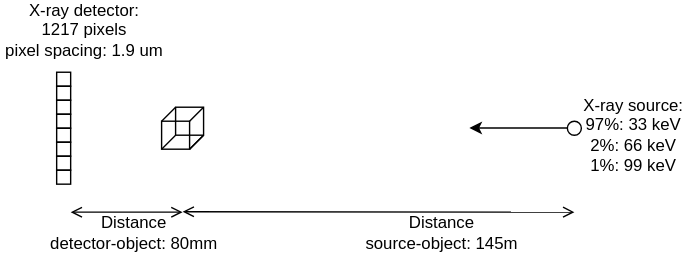
Above: 3d_scene.svg in effepivi/CT2CAD-Fibres (draw.io), before the change. Source tidied: cells renumbered, new cells last; positions are measured from the earlier drawing's top-left corner, leaving out a move shared by most shapes.
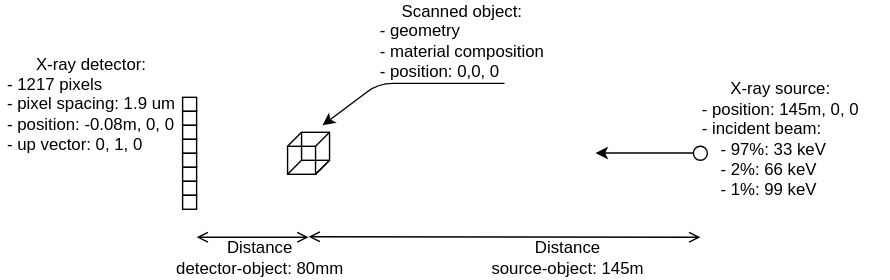
The same file after the commit.

The edit, as a diff of the source:
```diff
@@ -11,8 +11,8 @@
     <mxCell id="3" value="&lt;div&gt;Distance&lt;/div&gt;&lt;div&gt;detector-object: 80mm&lt;br&gt;&lt;/div&gt;" style="text;html=1;align=center;verticalAlign=middle;" parent="1" vertex="1">
       <mxGeometry x="30" y="140" width="130" height="30" as="geometry" />
     </mxCell>
-    <mxCell id="4" value="&lt;div&gt;X-ray detector:&lt;/div&gt;&lt;div&gt;1217 pixels&lt;/div&gt;&lt;div&gt;pixel spacing: 1.9 um&lt;br&gt;&lt;/div&gt;" style="text;html=1;strokeColor=none;fillColor=none;align=center;verticalAlign=middle;whiteSpace=wrap;rounded=0;" parent="1" vertex="1">
-      <mxGeometry width="120" height="20" as="geometry" />
+    <mxCell id="4" value="&lt;div&gt;X-ray detector:&lt;/div&gt;&lt;div align=&quot;left&quot;&gt;- 1217 pixels&lt;/div&gt;&lt;div align=&quot;left&quot;&gt;- pixel spacing: 1.9 um&lt;/div&gt;&lt;div align=&quot;left&quot;&gt;- position: -0.08m, 0, 0&lt;/div&gt;&lt;div align=&quot;left&quot;&gt;- up vector: 0, 1, 0&lt;br&gt;&lt;/div&gt;" style="text;html=1;strokeColor=none;fillColor=none;align=center;verticalAlign=middle;whiteSpace=wrap;rounded=0;" parent="1" vertex="1">
+      <mxGeometry x="-90" y="35" width="130" height="20" as="geometry" />
     </mxCell>
     <mxCell id="5" value="&lt;div&gt;Distance&lt;/div&gt;&lt;div&gt;source-object: 145m&lt;br&gt;&lt;/div&gt;" style="text;html=1;align=center;verticalAlign=middle;" parent="1" vertex="1">
       <mxGeometry x="255" y="140" width="120" height="30" as="geometry" />
@@ -89,8 +89,20 @@
     <mxCell id="24" style="rounded=0;whiteSpace=wrap;html=1;fillColor=none;" parent="1" vertex="1">
       <mxGeometry x="40" y="110" width="10" height="10" as="geometry" />
     </mxCell>
-    <mxCell id="25" value="&lt;div&gt;X-ray source:&lt;/div&gt;&lt;div&gt;97%: 33 keV&lt;/div&gt;&lt;div&gt;2%: 66 keV&lt;/div&gt;&lt;div&gt;1%: 99 keV&lt;br&gt;&lt;/div&gt;" style="text;html=1;strokeColor=none;fillColor=none;align=center;verticalAlign=middle;whiteSpace=wrap;rounded=0;" parent="1" vertex="1">
-      <mxGeometry x="415" y="75" width="75" height="20" as="geometry" />
+    <mxCell id="25" value="&lt;div&gt;X-ray source:&lt;/div&gt;&lt;div align=&quot;left&quot;&gt;- position: 145m, 0, 0&lt;br&gt;&lt;/div&gt;&lt;div align=&quot;left&quot;&gt;- incident beam:&lt;br&gt;&lt;/div&gt;&lt;div align=&quot;left&quot;&gt;&amp;nbsp;&amp;nbsp;&amp;nbsp; - 97%: 33 keV&lt;/div&gt;&lt;div align=&quot;left&quot;&gt;&amp;nbsp;&amp;nbsp;&amp;nbsp; - 2%: 66 keV&lt;/div&gt;&lt;div align=&quot;left&quot;&gt;&amp;nbsp;&amp;nbsp;&amp;nbsp; - 1%: 99 keV&lt;br&gt;&lt;/div&gt;" style="text;html=1;strokeColor=none;fillColor=none;align=center;verticalAlign=middle;whiteSpace=wrap;rounded=0;" parent="1" vertex="1">
+      <mxGeometry x="390" y="60" width="155" height="20" as="geometry" />
     </mxCell>
+    <mxCell id="26" style="endArrow=classic;html=1;" parent="1" edge="1">
+      <mxGeometry relative="1" as="geometry">
+        <mxPoint x="270" y="30" as="sourcePoint" />
+        <mxPoint x="140" y="60" as="targetPoint" />
+        <Array as="points">
+          <mxPoint x="180" y="30" />
+        </Array>
+      </mxGeometry>
+    </mxCell>
+    <mxCell id="27" value="&lt;div&gt;Scanned object:&lt;/div&gt;&lt;div align=&quot;left&quot;&gt;- geometry&lt;/div&gt;&lt;div align=&quot;left&quot;&gt;- material composition&lt;br&gt;&lt;/div&gt;&lt;div align=&quot;left&quot;&gt;- position: 0,0, 0&lt;br&gt;&lt;/div&gt;" style="text;html=1;strokeColor=none;fillColor=none;align=center;verticalAlign=middle;whiteSpace=wrap;rounded=0;" parent="1" vertex="1">
+      <mxGeometry x="180" y="-10" width="120" height="20" as="geometry" />
+    </mxCell>
   </root>
 </mxGraphModel>
```
